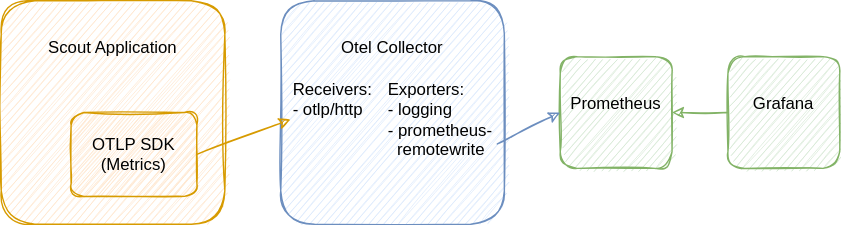
This is scout-docs/25.1/common/_images/observability_sample_setup.drawio.svg from eclipsescout/eclipsescout.github.io, a draw.io export, as it was before one commit. Source tidied: cells renumbered, new cells last; positions are measured from the earlier drawing's top-left corner, leaving out a move shared by most shapes. The source it was exported from:
```xml
<mxGraphModel>
  <root>
    <mxCell id="0" />
    <mxCell id="1" parent="0" />
    <mxCell id="2" value="Scout Application" style="whiteSpace=wrap;html=1;sketch=1;fillColor=#ffe6cc;strokeColor=#d79b00;rounded=1;verticalAlign=top;spacingTop=20;" parent="1" vertex="1">
      <mxGeometry width="160" height="160" as="geometry" />
    </mxCell>
    <mxCell id="3" value="Otel Collector" style="whiteSpace=wrap;html=1;sketch=1;fillColor=#dae8fc;strokeColor=#6c8ebf;rounded=1;verticalAlign=top;spacingTop=20;" parent="1" vertex="1">
      <mxGeometry x="200" width="160" height="160" as="geometry" />
    </mxCell>
    <mxCell id="4" value="Prometheus" style="whiteSpace=wrap;html=1;sketch=1;fillColor=#d5e8d4;strokeColor=#82b366;rounded=1;verticalAlign=top;spacingTop=20;" parent="1" vertex="1">
      <mxGeometry x="400" y="40" width="80" height="80" as="geometry" />
    </mxCell>
    <mxCell id="5" value="Grafana" style="whiteSpace=wrap;html=1;sketch=1;fillColor=#d5e8d4;strokeColor=#82b366;rounded=1;verticalAlign=top;spacingTop=20;" parent="1" vertex="1">
      <mxGeometry x="520" y="40" width="80" height="80" as="geometry" />
    </mxCell>
    <mxCell id="6" value="OTLP SDK&lt;br&gt;(Metrics)" style="rounded=1;whiteSpace=wrap;html=1;sketch=1;fillColor=#ffe6cc;strokeColor=#d79b00;" parent="1" vertex="1">
      <mxGeometry x="50" y="80" width="90" height="60" as="geometry" />
    </mxCell>
    <mxCell id="7" value="Receivers:&lt;br&gt;&lt;div style=&quot;&quot;&gt;&lt;span style=&quot;background-color: initial;&quot;&gt;- otlp/http&lt;/span&gt;&lt;/div&gt;" style="text;html=1;strokeColor=none;fillColor=none;align=left;verticalAlign=top;whiteSpace=wrap;rounded=0;sketch=1;" parent="1" vertex="1">
      <mxGeometry x="207" y="50" width="67" height="70" as="geometry" />
    </mxCell>
    <mxCell id="8" value="Exporters:&lt;br&gt;&lt;div style=&quot;&quot;&gt;&lt;span style=&quot;background-color: initial;&quot;&gt;- logging&lt;/span&gt;&lt;/div&gt;&lt;div style=&quot;&quot;&gt;&lt;span style=&quot;background-color: initial;&quot;&gt;- prometheus-&lt;/span&gt;&lt;/div&gt;&lt;div style=&quot;&quot;&gt;&lt;span style=&quot;background-color: initial;&quot;&gt;&amp;nbsp; remotewrite&lt;/span&gt;&lt;/div&gt;" style="text;html=1;strokeColor=none;fillColor=none;align=left;verticalAlign=top;whiteSpace=wrap;rounded=0;sketch=1;" parent="1" vertex="1">
      <mxGeometry x="275" y="50" width="80" height="70" as="geometry" />
    </mxCell>
    <mxCell id="9" style="endArrow=classic;html=1;rounded=0;entryX=0;entryY=0.5;entryDx=0;entryDy=0;sketch=1;targetPerimeterSpacing=0;endSize=6;spacingLeft=0;exitX=1;exitY=0.5;exitDx=0;exitDy=0;fillColor=#ffe6cc;strokeColor=#d79b00;" parent="1" edge="1" source="6" target="7">
      <mxGeometry relative="1" as="geometry" />
    </mxCell>
    <mxCell id="10" style="endArrow=classic;html=1;rounded=0;exitX=1;exitY=0.75;exitDx=0;exitDy=0;entryX=0;entryY=0.5;entryDx=0;entryDy=0;sketch=1;targetPerimeterSpacing=0;endSize=6;spacingLeft=0;shadow=0;fillColor=#dae8fc;strokeColor=#6c8ebf;" parent="1" edge="1" source="8" target="4">
      <mxGeometry relative="1" as="geometry" />
    </mxCell>
    <mxCell id="11" style="endArrow=classic;html=1;rounded=0;exitX=0;exitY=0.5;exitDx=0;exitDy=0;entryX=1;entryY=0.5;entryDx=0;entryDy=0;sketch=1;targetPerimeterSpacing=0;endSize=6;spacingLeft=0;shadow=0;fillColor=#d5e8d4;strokeColor=#82b366;" parent="1" edge="1" source="5" target="4">
      <mxGeometry relative="1" as="geometry" />
    </mxCell>
  </root>
</mxGraphModel>
```
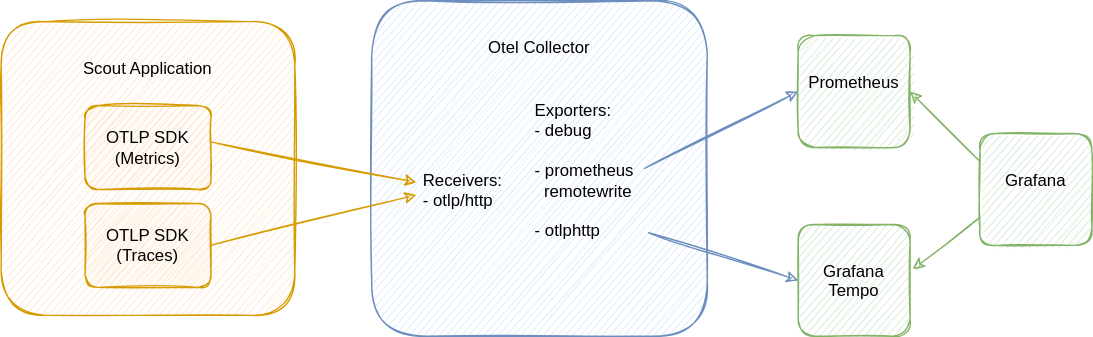
Later version of the same file.

What changed in the source:
```diff
@@ -3,34 +3,53 @@
     <mxCell id="0" />
     <mxCell id="1" parent="0" />
     <mxCell id="2" value="Scout Application" style="whiteSpace=wrap;html=1;sketch=1;fillColor=#ffe6cc;strokeColor=#d79b00;rounded=1;verticalAlign=top;spacingTop=20;" parent="1" vertex="1">
-      <mxGeometry width="160" height="160" as="geometry" />
+      <mxGeometry width="210" height="210" as="geometry" />
     </mxCell>
-    <mxCell id="3" value="Otel Collector" style="whiteSpace=wrap;html=1;sketch=1;fillColor=#dae8fc;strokeColor=#6c8ebf;rounded=1;verticalAlign=top;spacingTop=20;" parent="1" vertex="1">
-      <mxGeometry x="200" width="160" height="160" as="geometry" />
+    <mxCell id="3" value="Otel Collector" style="whiteSpace=wrap;html=1;sketch=1;fillColor=#dae8fc;strokeColor=#6c8ebf;rounded=1;verticalAlign=top;spacingTop=20;arcSize=16;" parent="1" vertex="1">
+      <mxGeometry x="265" y="-15" width="240" height="240" as="geometry" />
     </mxCell>
-    <mxCell id="4" value="Prometheus" style="whiteSpace=wrap;html=1;sketch=1;fillColor=#d5e8d4;strokeColor=#82b366;rounded=1;verticalAlign=top;spacingTop=20;" parent="1" vertex="1">
-      <mxGeometry x="400" y="40" width="80" height="80" as="geometry" />
+    <mxCell id="4" value="Grafana Tempo" style="whiteSpace=wrap;html=1;sketch=1;fillColor=#d5e8d4;strokeColor=#82b366;rounded=1;verticalAlign=top;spacingTop=20;" parent="1" vertex="1">
+      <mxGeometry x="570" y="145" width="80" height="80" as="geometry" />
     </mxCell>
     <mxCell id="5" value="Grafana" style="whiteSpace=wrap;html=1;sketch=1;fillColor=#d5e8d4;strokeColor=#82b366;rounded=1;verticalAlign=top;spacingTop=20;" parent="1" vertex="1">
-      <mxGeometry x="520" y="40" width="80" height="80" as="geometry" />
+      <mxGeometry x="700" y="80" width="80" height="80" as="geometry" />
     </mxCell>
-    <mxCell id="6" value="OTLP SDK&lt;br&gt;(Metrics)" style="rounded=1;whiteSpace=wrap;html=1;sketch=1;fillColor=#ffe6cc;strokeColor=#d79b00;" parent="1" vertex="1">
-      <mxGeometry x="50" y="80" width="90" height="60" as="geometry" />
+    <mxCell id="6" value="OTLP SDK&lt;br&gt;(Traces)" style="rounded=1;whiteSpace=wrap;html=1;sketch=1;fillColor=#ffe6cc;strokeColor=#d79b00;" parent="1" vertex="1">
+      <mxGeometry x="60" y="130" width="90" height="60" as="geometry" />
     </mxCell>
-    <mxCell id="7" value="Receivers:&lt;br&gt;&lt;div style=&quot;&quot;&gt;&lt;span style=&quot;background-color: initial;&quot;&gt;- otlp/http&lt;/span&gt;&lt;/div&gt;" style="text;html=1;strokeColor=none;fillColor=none;align=left;verticalAlign=top;whiteSpace=wrap;rounded=0;sketch=1;" parent="1" vertex="1">
-      <mxGeometry x="207" y="50" width="67" height="70" as="geometry" />
-    </mxCell>
-    <mxCell id="8" value="Exporters:&lt;br&gt;&lt;div style=&quot;&quot;&gt;&lt;span style=&quot;background-color: initial;&quot;&gt;- logging&lt;/span&gt;&lt;/div&gt;&lt;div style=&quot;&quot;&gt;&lt;span style=&quot;background-color: initial;&quot;&gt;- prometheus-&lt;/span&gt;&lt;/div&gt;&lt;div style=&quot;&quot;&gt;&lt;span style=&quot;background-color: initial;&quot;&gt;&amp;nbsp; remotewrite&lt;/span&gt;&lt;/div&gt;" style="text;html=1;strokeColor=none;fillColor=none;align=left;verticalAlign=top;whiteSpace=wrap;rounded=0;sketch=1;" parent="1" vertex="1">
-      <mxGeometry x="275" y="50" width="80" height="70" as="geometry" />
-    </mxCell>
-    <mxCell id="9" style="endArrow=classic;html=1;rounded=0;entryX=0;entryY=0.5;entryDx=0;entryDy=0;sketch=1;targetPerimeterSpacing=0;endSize=6;spacingLeft=0;exitX=1;exitY=0.5;exitDx=0;exitDy=0;fillColor=#ffe6cc;strokeColor=#d79b00;" parent="1" edge="1" source="6" target="7">
+    <mxCell id="9" style="endArrow=classic;html=1;rounded=0;entryX=-0.045;entryY=0.6;entryDx=0;entryDy=0;sketch=1;targetPerimeterSpacing=0;endSize=6;spacingLeft=0;exitX=1;exitY=0.5;exitDx=0;exitDy=0;fillColor=#ffe6cc;strokeColor=#d79b00;entryPerimeter=0;" parent="1" edge="1" source="6" target="7">
       <mxGeometry relative="1" as="geometry" />
     </mxCell>
-    <mxCell id="10" style="endArrow=classic;html=1;rounded=0;exitX=1;exitY=0.75;exitDx=0;exitDy=0;entryX=0;entryY=0.5;entryDx=0;entryDy=0;sketch=1;targetPerimeterSpacing=0;endSize=6;spacingLeft=0;shadow=0;fillColor=#dae8fc;strokeColor=#6c8ebf;" parent="1" edge="1" source="8" target="4">
+    <mxCell id="10" style="endArrow=classic;html=1;rounded=0;sketch=1;targetPerimeterSpacing=0;endSize=6;spacingLeft=0;shadow=0;fillColor=#dae8fc;strokeColor=#6c8ebf;entryX=0;entryY=0.5;entryDx=0;entryDy=0;exitX=1.038;exitY=0.918;exitDx=0;exitDy=0;exitPerimeter=0;" parent="1" edge="1" source="12" target="4">
       <mxGeometry relative="1" as="geometry" />
     </mxCell>
-    <mxCell id="11" style="endArrow=classic;html=1;rounded=0;exitX=0;exitY=0.5;exitDx=0;exitDy=0;entryX=1;entryY=0.5;entryDx=0;entryDy=0;sketch=1;targetPerimeterSpacing=0;endSize=6;spacingLeft=0;shadow=0;fillColor=#d5e8d4;strokeColor=#82b366;" parent="1" edge="1" source="5" target="4">
+    <mxCell id="11" style="endArrow=classic;html=1;rounded=0;exitX=0;exitY=0.75;exitDx=0;exitDy=0;entryX=1.025;entryY=0.4;entryDx=0;entryDy=0;sketch=1;targetPerimeterSpacing=0;endSize=6;spacingLeft=0;shadow=0;fillColor=#d5e8d4;strokeColor=#82b366;entryPerimeter=0;" parent="1" edge="1" source="5" target="4">
       <mxGeometry relative="1" as="geometry" />
     </mxCell>
+    <mxCell id="7" value="Receivers:&lt;br&gt;&lt;div style=&quot;&quot;&gt;&lt;span style=&quot;background-color: initial;&quot;&gt;- otlp/http&lt;/span&gt;&lt;/div&gt;" style="text;html=1;strokeColor=none;fillColor=none;align=left;verticalAlign=top;whiteSpace=wrap;rounded=0;sketch=1;" parent="1" vertex="1">
+      <mxGeometry x="300" y="100" width="67" height="40" as="geometry" />
+    </mxCell>
+    <mxCell id="12" value="Exporters:&lt;br&gt;&lt;div style=&quot;&quot;&gt;&lt;span style=&quot;background-color: initial;&quot;&gt;- debug&lt;/span&gt;&lt;/div&gt;&lt;div style=&quot;&quot;&gt;&lt;span style=&quot;background-color: initial;&quot;&gt;&lt;br&gt;&lt;/span&gt;&lt;/div&gt;&lt;div style=&quot;&quot;&gt;&lt;span style=&quot;background-color: transparent;&quot;&gt;- prometheus&lt;/span&gt;&lt;/div&gt;&lt;div style=&quot;&quot;&gt;&lt;span style=&quot;background-color: transparent;&quot;&gt;&amp;nbsp; remotewrite&lt;/span&gt;&lt;span style=&quot;background-color: initial;&quot;&gt;&lt;br&gt;&lt;/span&gt;&lt;/div&gt;&lt;div style=&quot;&quot;&gt;&lt;span style=&quot;background-color: transparent;&quot;&gt;&lt;br&gt;&lt;/span&gt;&lt;/div&gt;&lt;div style=&quot;&quot;&gt;&lt;span style=&quot;background-color: transparent;&quot;&gt;- otlphttp&lt;/span&gt;&lt;/div&gt;" style="text;html=1;strokeColor=none;fillColor=none;align=left;verticalAlign=top;whiteSpace=wrap;rounded=0;sketch=1;" parent="1" vertex="1">
+      <mxGeometry x="380" y="50" width="80" height="110" as="geometry" />
+    </mxCell>
+    <mxCell id="13" value="OTLP SDK&lt;br&gt;(Metrics)" style="rounded=1;whiteSpace=wrap;html=1;sketch=1;fillColor=#ffe6cc;strokeColor=#d79b00;" parent="1" vertex="1">
+      <mxGeometry x="60" y="60" width="90" height="60" as="geometry" />
+    </mxCell>
+    <mxCell id="14" style="endArrow=classic;html=1;rounded=0;sketch=1;targetPerimeterSpacing=0;endSize=6;spacingLeft=0;exitX=1;exitY=0.5;exitDx=0;exitDy=0;fillColor=#ffe6cc;strokeColor=#d79b00;entryX=-0.045;entryY=0.371;entryDx=0;entryDy=0;entryPerimeter=0;" parent="1" edge="1" target="7">
+      <mxGeometry relative="1" as="geometry">
+        <mxPoint x="150" y="86" as="sourcePoint" />
+      </mxGeometry>
+    </mxCell>
+    <mxCell id="15" style="endArrow=classic;html=1;rounded=0;entryX=0;entryY=0.5;entryDx=0;entryDy=0;sketch=1;targetPerimeterSpacing=0;endSize=6;spacingLeft=0;shadow=0;fillColor=#dae8fc;strokeColor=#6c8ebf;exitX=1;exitY=0.5;exitDx=0;exitDy=0;" parent="1" edge="1" source="12" target="16">
+      <mxGeometry relative="1" as="geometry" />
+    </mxCell>
+    <mxCell id="16" value="Prometheus" style="whiteSpace=wrap;html=1;sketch=1;fillColor=#d5e8d4;strokeColor=#82b366;rounded=1;verticalAlign=top;spacingTop=20;" parent="1" vertex="1">
+      <mxGeometry x="570" y="10" width="80" height="80" as="geometry" />
+    </mxCell>
+    <mxCell id="17" style="endArrow=classic;html=1;rounded=0;exitX=0;exitY=0.25;exitDx=0;exitDy=0;entryX=1;entryY=0;entryDx=0;entryDy=0;sketch=1;targetPerimeterSpacing=0;endSize=6;spacingLeft=0;shadow=0;fillColor=#d5e8d4;strokeColor=#82b366;" parent="1" edge="1" source="5">
+      <mxGeometry relative="1" as="geometry">
+        <mxPoint x="650" y="50" as="targetPoint" />
+      </mxGeometry>
+    </mxCell>
   </root>
 </mxGraphModel>
```
